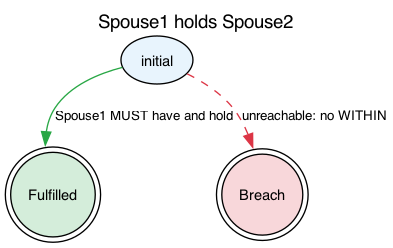
Earlier version of the Graphviz export jl4/examples/state-graphs/Spouse1holdsSpouse2.png (legalese/l4-ide). Its source is kept beside it as jl4/examples/state-graphs/Spouse1holdsSpouse2.dot.
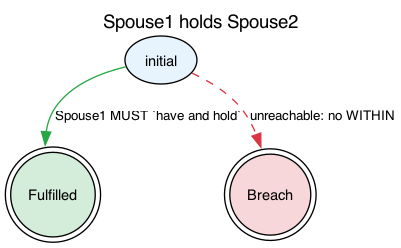
After the commit.

Change to the diagram source:
```diff
@@ -23,7 +23,7 @@
       ,style=filled
       ,shape=doublecircle
       ,fillcolor="#f8d7da"];
-    0 -> 1 [label="Spouse1 MUST have and hold"
+    0 -> 1 [label="Spouse1 MUST `have and hold`"
            ,color="#28a745"
            ,style=solid];
     0 -> 2 [label="unreachable: no WITHIN"
```
